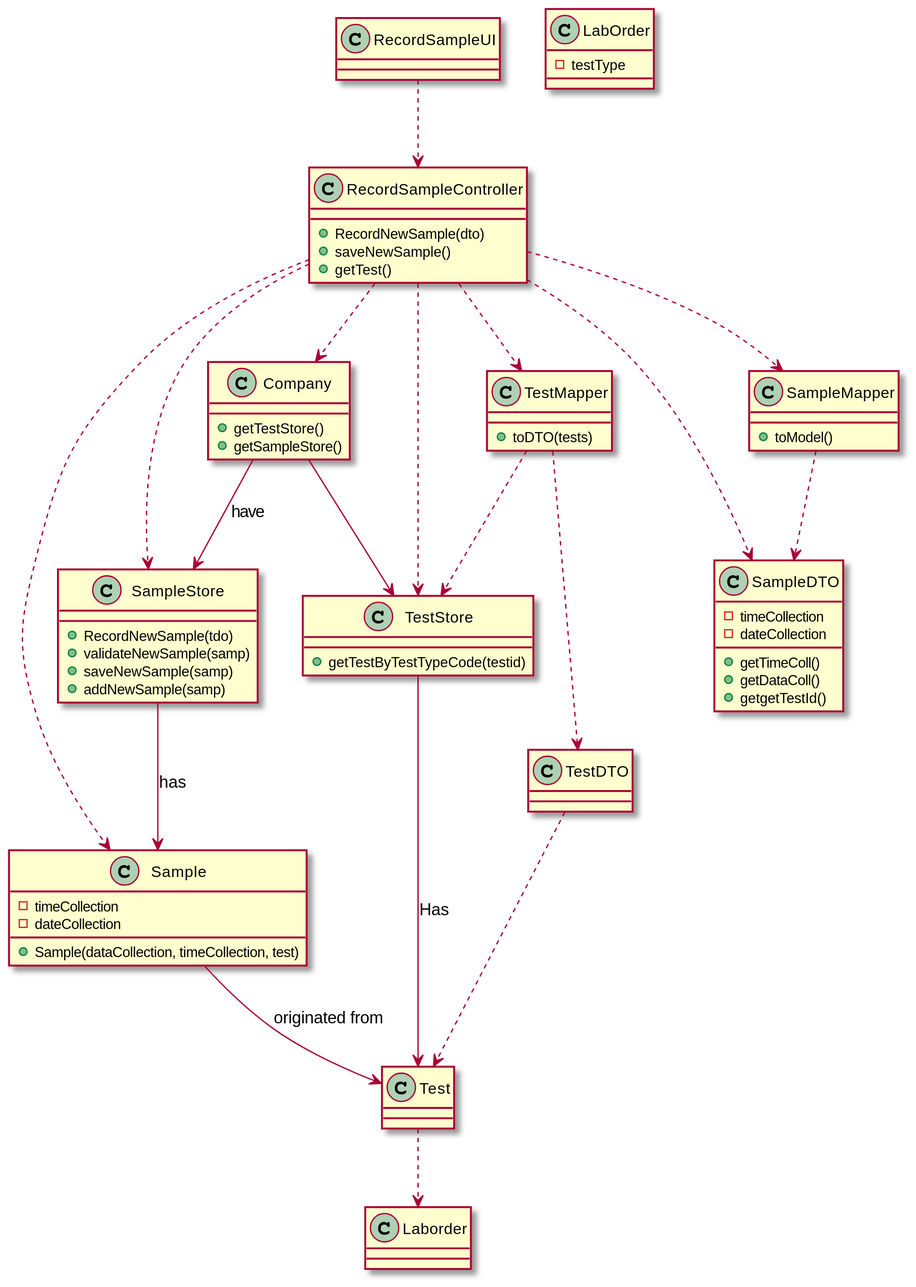
Before: docs/SprintC/US5_RecordTheSample/US005_CD.svg, a diagram exported from PlantUML (Pedromaia26/LAPR2-ISEP).
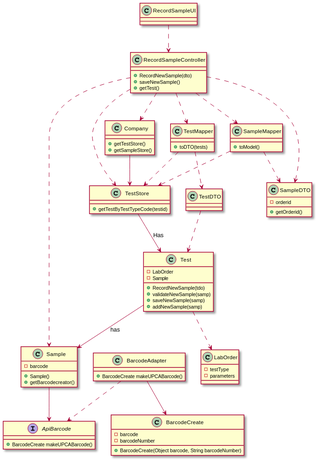
Later version of the same file.

Change to the diagram source:
```diff
@@ -1,10 +1,11 @@
 @startuml
+Interface ApiBarcode
+
 RecordSampleUI ..> RecordSampleController
 RecordSampleController..>Company
 RecordSampleController..>Sample
 RecordSampleController..>TestMapper
 RecordSampleController..>SampleDTO
-RecordSampleController..>SampleStore
 RecordSampleController..>SampleMapper
 RecordSampleController..>TestStore
 
@@ -16,9 +17,7 @@
 RecordSampleController : +getTest()
 
 
-Company --> SampleStore : have
-
-SampleStore --> Sample: has
+Test --> Sample: has
 
 Company --> TestStore
 
@@ -26,7 +25,6 @@
 
 TestMapper ..> TestDTO
 TestDTO..> Test
-Sample --> Test: originated from
 
 
 TestStore --> Test : Has
@@ -35,35 +33,51 @@
 
 TestMapper ..> TestStore
 
-Test ..> Laborder
+Test ..> LabOrder
 LabOrder : -testType
+LabOrder : -parameters
 
 
 TestMapper : +toDTO(tests)
 
 SampleMapper : +toModel()
 
+SampleMapper ..> TestStore
 
+Sample --> ApiBarcode
+
+BarcodeAdapter  ..> ApiBarcode
+
+BarcodeAdapter --> BarcodeCreate
+
+
+ApiBarcode : +BarcodeCreate makeUPCABarcode()
+
+BarcodeAdapter : +BarcodeCreate makeUPCABarcode()
+
+BarcodeCreate : +BarcodeCreate(Object barcode, String barcodeNumber)
+BarcodeCreate : -barcode
+BarcodeCreate : -barcodeNumber
 
 
 Company : +getTestStore()
 Company : +getSampleStore()
 
-SampleStore : +RecordNewSample(tdo)
-SampleStore : +validateNewSample(samp)
-SampleStore : +saveNewSample(samp)
-SampleStore : +addNewSample(samp)
+Test : +RecordNewSample(tdo)
+Test : +validateNewSample(samp)
+Test : +saveNewSample(samp)
+Test : +addNewSample(samp)
+Test : -LabOrder
+Test : -Sample
 
-SampleDTO : +getTimeColl()
-SampleDTO : +getDataColl()
-SampleDTO : +getgetTestId()
+SampleDTO : +getOrderid()
 
 
-SampleDTO : -timeCollection
-SampleDTO : -dateCollection
+
+SampleDTO : -orderid
 
 
-Sample : +Sample(dataCollection, timeCollection, test)
-Sample : -timeCollection
-Sample : -dateCollection
+Sample : +Sample()
+Sample : +getBarcodecreator()
+Sample : -barcode
 @enduml
```
